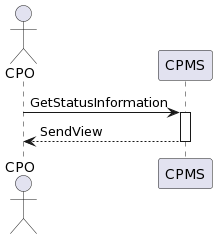
This is CPOStatus.png from febagni/AzankBagniWolff, a PlantUML export, as it was before one commit.
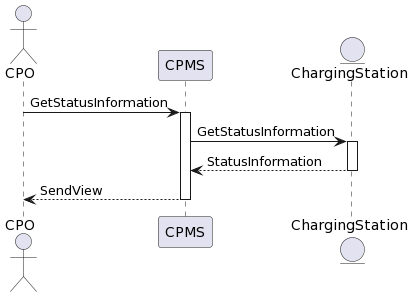
Later version of the same file.

Change to the diagram source:
```diff
@@ -1,9 +1,14 @@
 @startuml
 actor CPO as a1
 participant CPMS as a2
+entity ChargingStation
 
 a1-> a2 : GetStatusInformation
 activate a2
+a2 -> ChargingStation : GetStatusInformation
+activate ChargingStation
+ChargingStation --> a2: StatusInformation
+deactivate ChargingStation
 a2 --> a1: SendView
 deactivate a2
 @enduml
```
